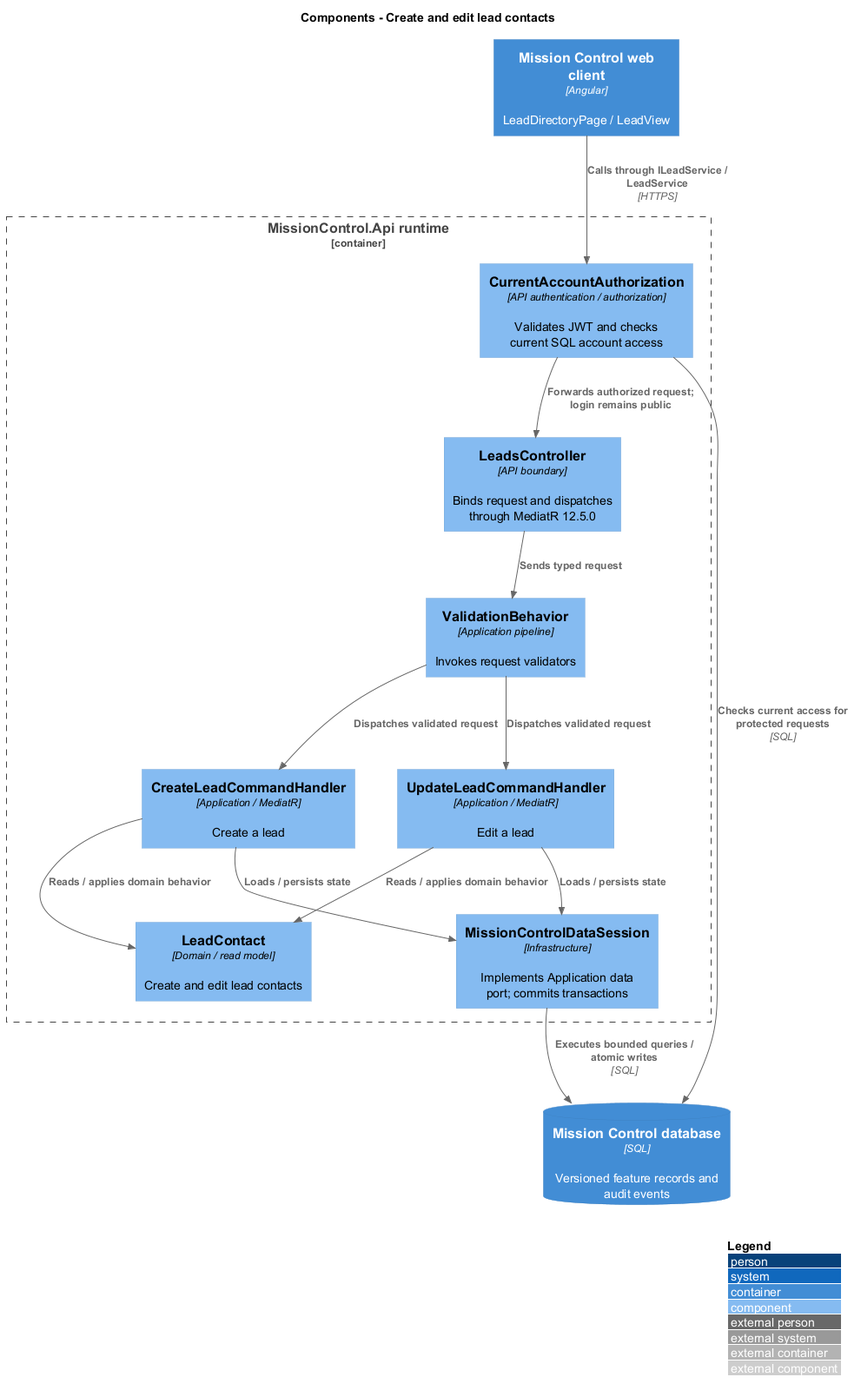
This is docs/detailed-designs/leads/maintain-contacts/diagrams/c4-component.png from QuinntyneBrown/mission-control, a PlantUML export, as it was before one commit.
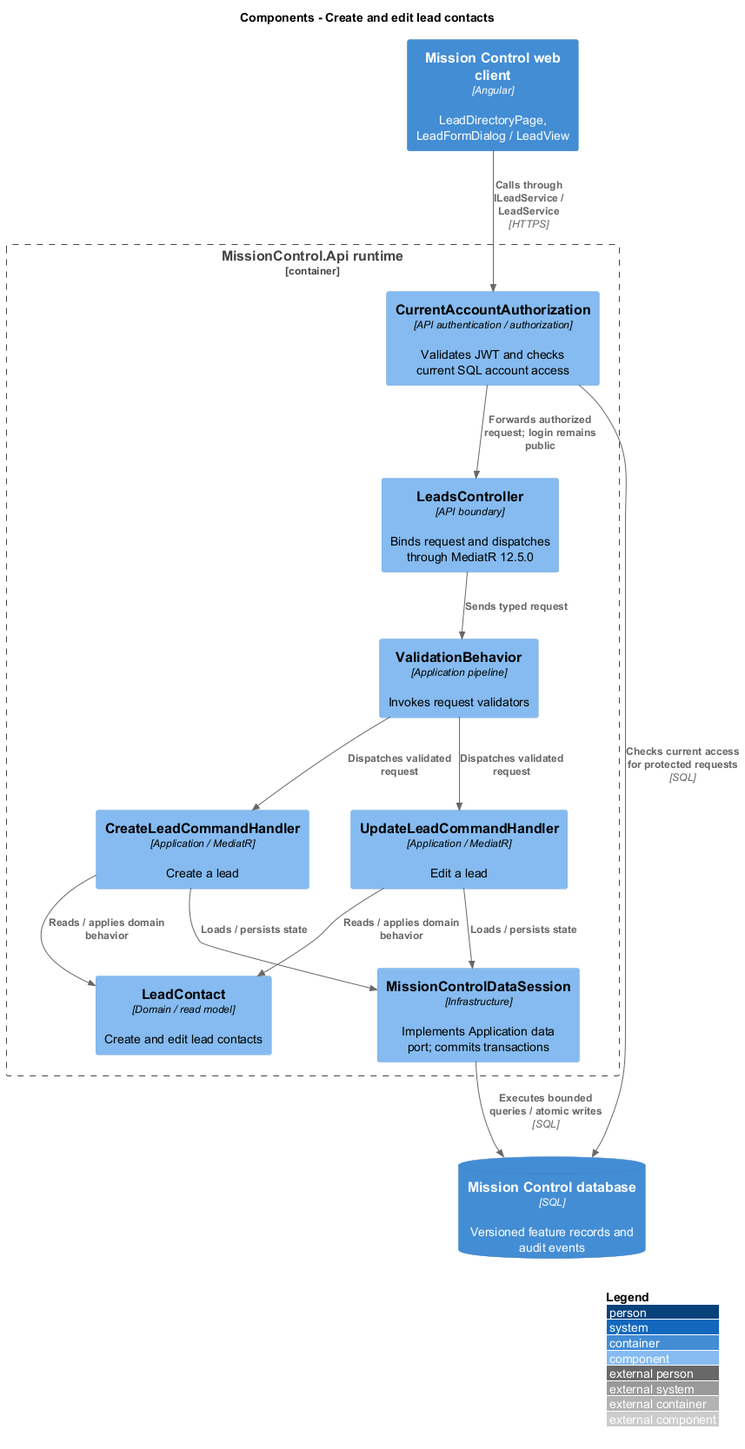
After the commit.

The edit, as a diff of the source:
```diff
@@ -2,7 +2,7 @@
 !include <C4/C4_Component>
 LAYOUT_WITH_LEGEND()
 title Components - Create and edit lead contacts
-Container(web, "Mission Control web client", "Angular", "LeadDirectoryPage / LeadView")
+Container(web, "Mission Control web client", "Angular", "LeadDirectoryPage, LeadFormDialog / LeadView")
 ContainerDb(db, "Mission Control database", "SQL", "Versioned feature records and audit events")
 Container_Boundary(api, "MissionControl.Api runtime") {
   Component(ctrl, "LeadsController", "API boundary", "Binds request and dispatches through MediatR 12.5.0")
```
